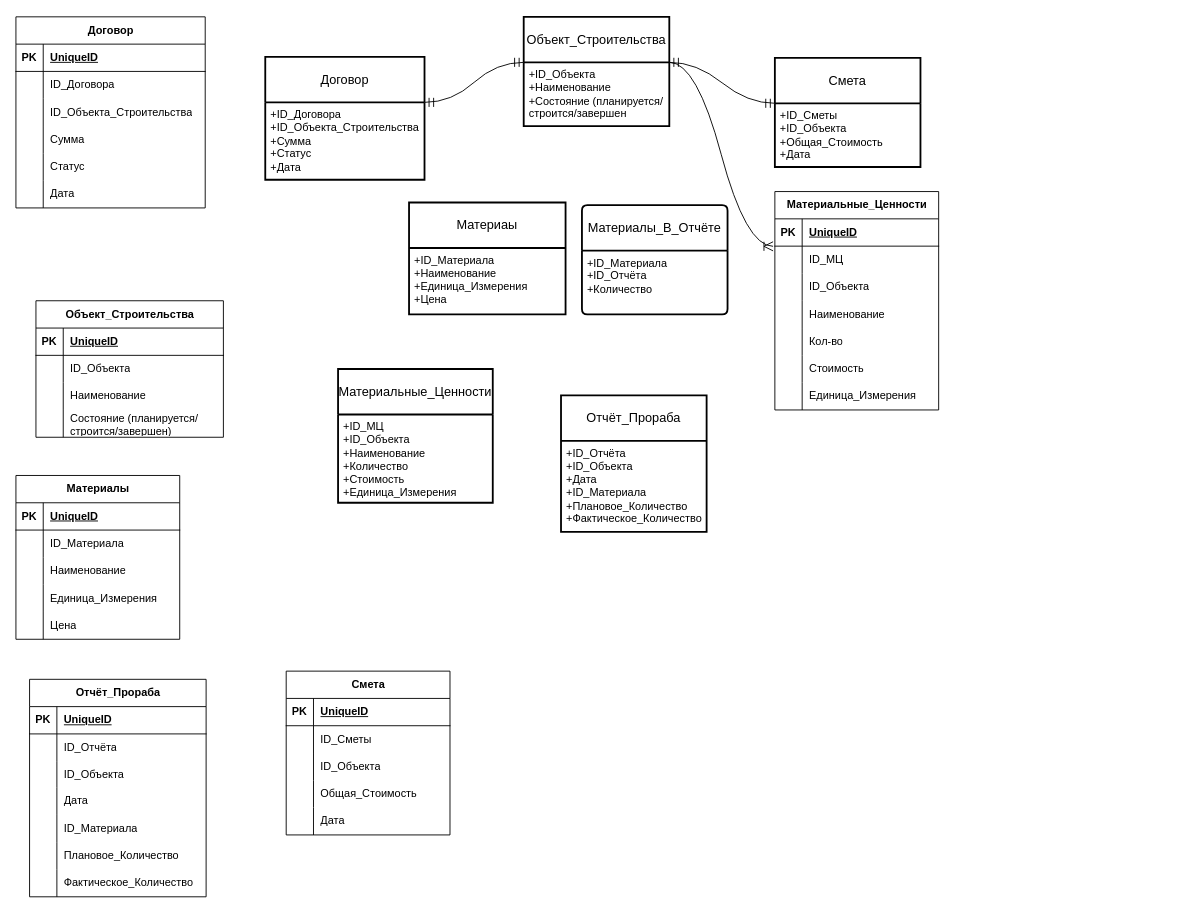
Above: page "Страница — 1" (1 of 2) of ER-diagram model.drawio in HoveringTurtle/testrep (draw.io), before the change. Source tidied: cells renumbered, new cells numbered last; positions are measured from the earlier drawing's top-left corner, leaving out a move shared by most shapes. Both pictures are drawn from the tidied source at 91%, with x=0, y=0 at pixel (15, 16).
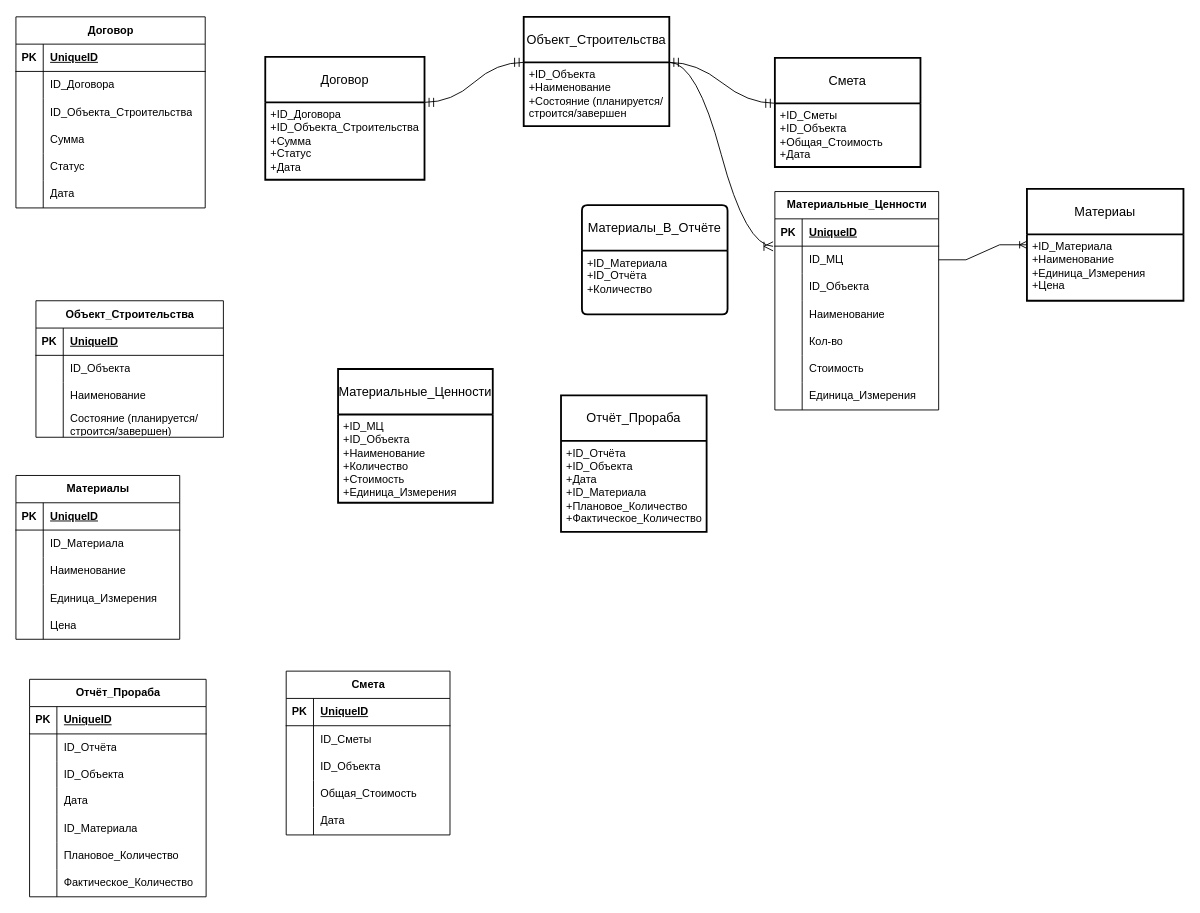
The same page after the edit.

The change refers to these unchanged cells:
```xml
<mxCell id="92" style="shape=tableRow;horizontal=0;startSize=0;swimlaneHead=0;swimlaneBody=0;fillColor=none;points=[[0,0.5],[1,0.5]];portConstraint=eastwest;top=0;left=0;right=0;bottom=0;" parent="88" vertex="1">
  <mxGeometry y="60" width="180" height="30" as="geometry" />
</mxCell>
```

What changed in the source:
```diff
@@
     <mxCell id="114" value="Материаы" style="swimlane;horizontal=1;startSize=50;rounded=1;fontSize=14;fontStyle=0;strokeWidth=2;shadow=0;dashed=0;align=center;arcSize=0;whiteSpace=wrap;html=1;" parent="1" vertex="1">
-      <mxGeometry x="432" y="204" width="172" height="123" as="geometry" />
+      <mxGeometry x="1111" y="189" width="172" height="123" as="geometry" />
     </mxCell>
@@
+    <mxCell id="127" style="edgeStyle=entityRelationEdgeStyle;fontSize=12;html=1;endArrow=ERoneToMany;rounded=0;exitX=1;exitY=0.5;exitDx=0;exitDy=0;" parent="1" edge="1" source="92" target="114">
+      <mxGeometry relative="1" as="geometry">
+        <Array as="points">
+          <mxPoint x="1014" y="305" />
+          <mxPoint x="1112" y="236" />
+        </Array>
+      </mxGeometry>
+    </mxCell>
```
